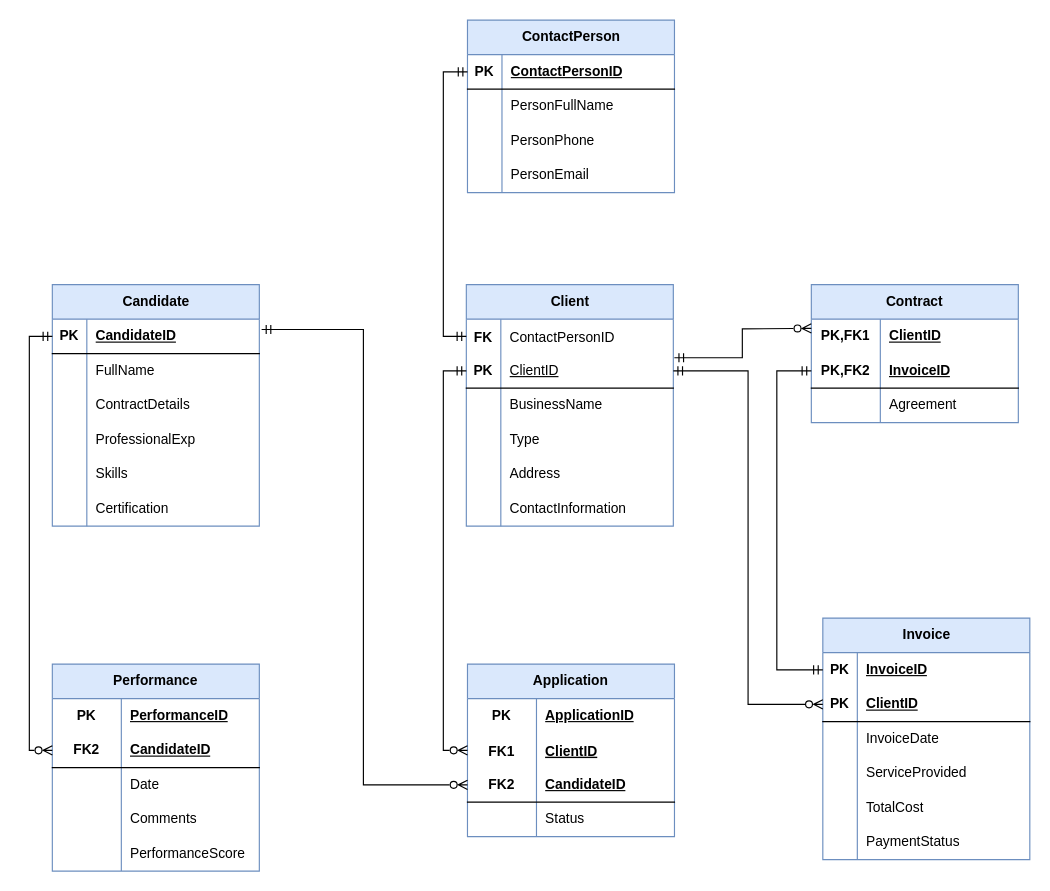
This is Untitled Diagram.drawio from JPGR11/DataBaseCompetition, a draw.io file, before an edit. Source tidied: cells renumbered, new cells numbered last; positions are measured from the earlier drawing's top-left corner, leaving out a move shared by most shapes. Both pictures are drawn from the tidied source at 115%, with x=0, y=0 at pixel (29, 20).
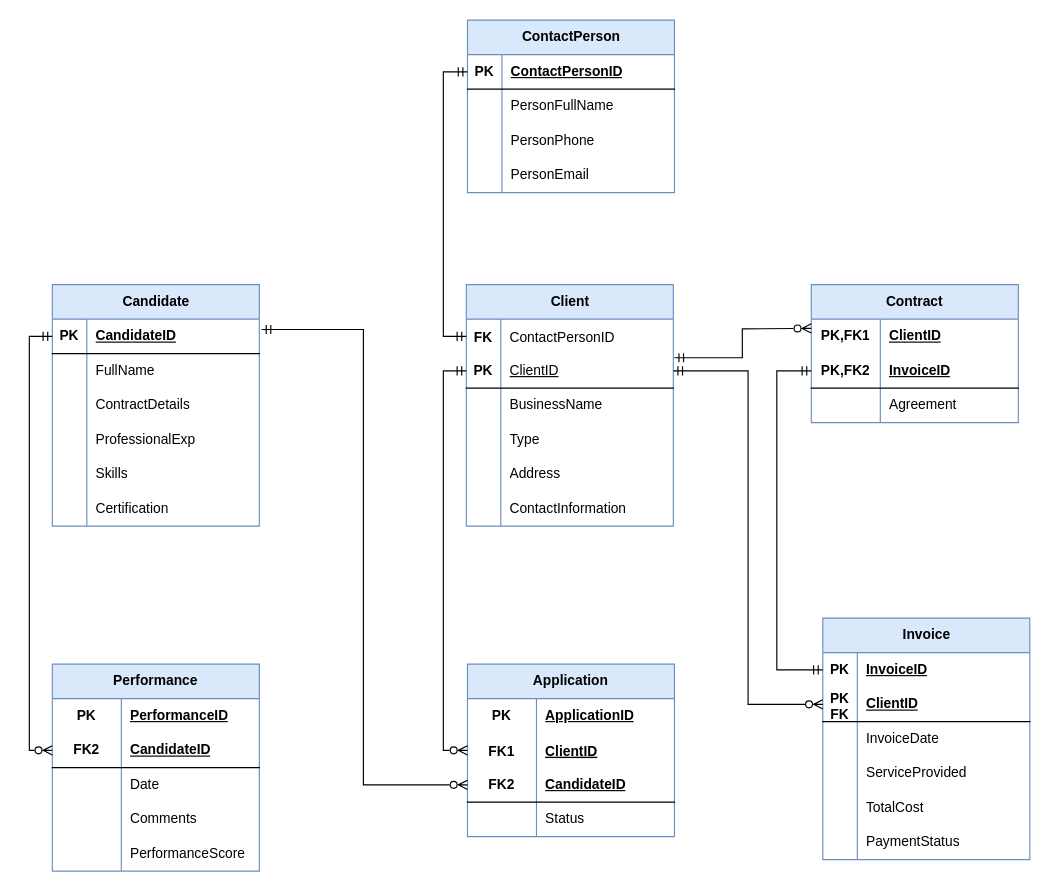
Above is the later version.

The change refers to these unchanged cells:
```xml
<mxCell id="44" style="shape=tableRow;horizontal=0;startSize=0;swimlaneHead=0;swimlaneBody=0;fillColor=none;points=[[0,0.5],[1,0.5]];portConstraint=eastwest;top=0;left=0;right=0;bottom=1;" parent="40" vertex="1">
  <mxGeometry y="60" width="180" height="30" as="geometry" />
</mxCell>
```

What changed in the source:
```diff
@@
-    <mxCell id="45" value="PK" style="shape=partialRectangle;fillColor=none;top=0;left=0;bottom=0;right=0;fontStyle=1;overflow=hidden;whiteSpace=wrap;html=1;" parent="44" vertex="1">
+    <mxCell id="45" value="PK&lt;div&gt;FK&lt;/div&gt;" style="shape=partialRectangle;fillColor=none;top=0;left=0;bottom=0;right=0;fontStyle=1;overflow=hidden;whiteSpace=wrap;html=1;" parent="44" vertex="1">
       <mxGeometry width="30" height="30" as="geometry" />
     </mxCell>
```
